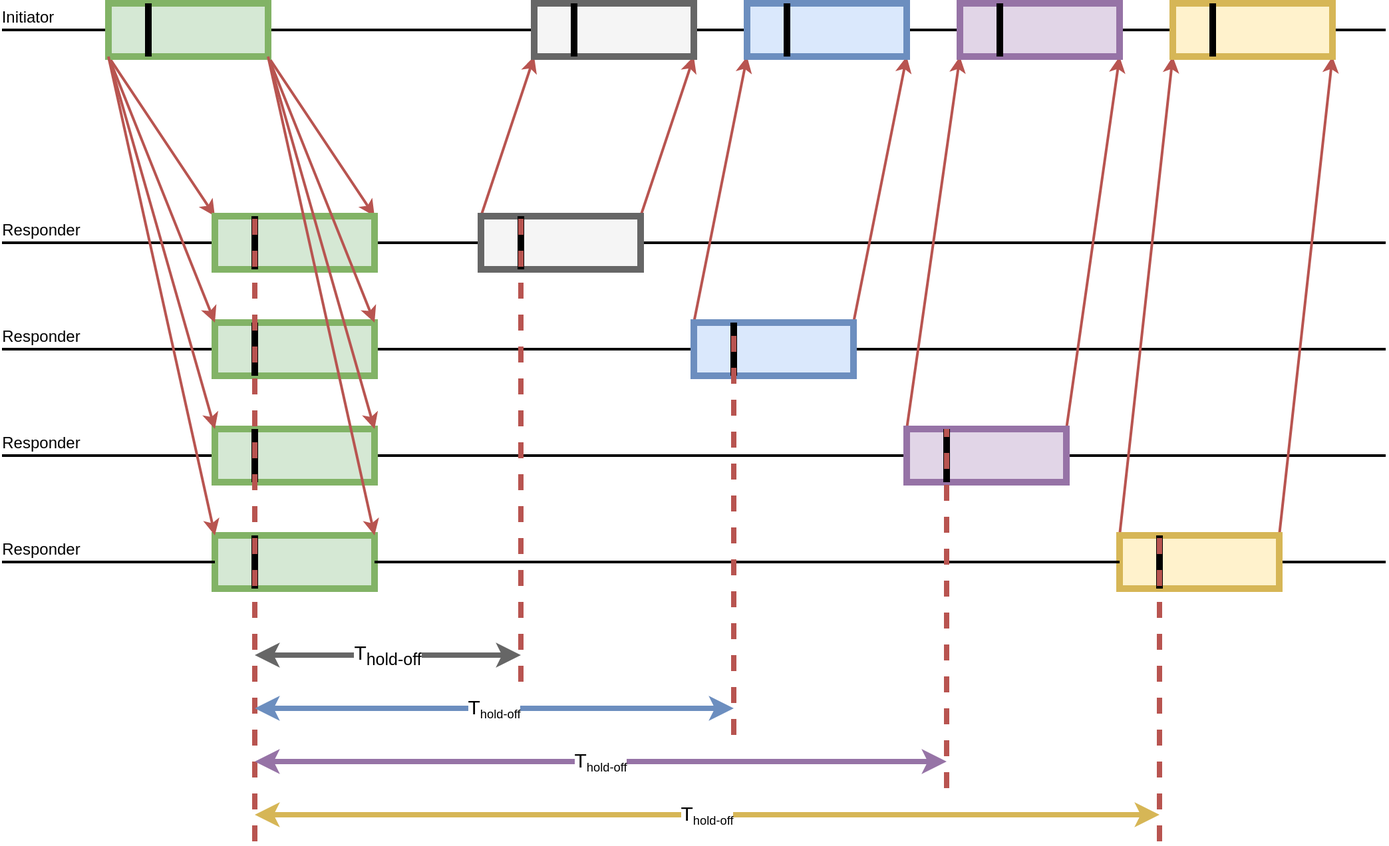
The draw.io diagram reports/03_firmware/img/single_sided_two_way_nranging.png in tuannv-github/uwb-ips, before a commit. Source tidied: cells renumbered, new cells last; positions are measured from the earlier drawing's top-left corner, leaving out a move shared by most shapes.
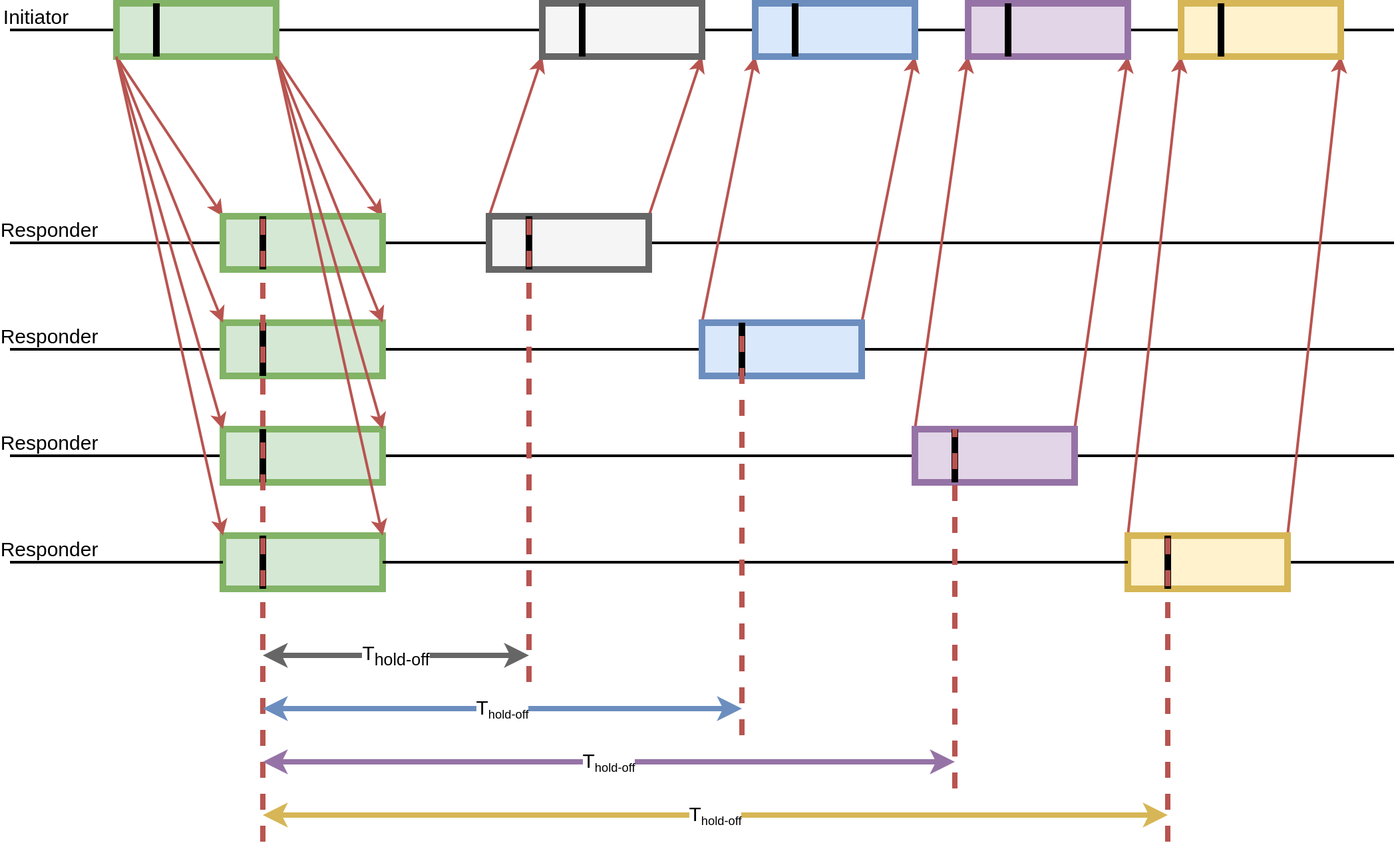
The same diagram one commit later.

Change to the diagram source:
```diff
@@ -207,19 +207,19 @@
     <mxCell id="62" style="endArrow=none;html=1;exitX=0.25;exitY=0;exitDx=0;exitDy=0;entryX=0.25;entryY=1;entryDx=0;entryDy=0;strokeWidth=5;" parent="1" edge="1" source="61" target="61">
       <mxGeometry relative="1" as="geometry" />
     </mxCell>
-    <mxCell id="63" value="Responder" style="text;html=1;strokeColor=none;fillColor=none;align=center;verticalAlign=middle;whiteSpace=wrap;rounded=0;" parent="1" vertex="1">
+    <mxCell id="63" value="&lt;font style=&quot;font-size: 15px&quot;&gt;Responder&lt;/font&gt;" style="text;html=1;strokeColor=none;fillColor=none;align=center;verticalAlign=middle;whiteSpace=wrap;rounded=0;" parent="1" vertex="1">
       <mxGeometry x="10" y="160" width="40" height="20" as="geometry" />
     </mxCell>
-    <mxCell id="64" value="Responder" style="text;html=1;strokeColor=none;fillColor=none;align=center;verticalAlign=middle;whiteSpace=wrap;rounded=0;" parent="1" vertex="1">
+    <mxCell id="64" value="&lt;font style=&quot;font-size: 15px&quot;&gt;Responder&lt;/font&gt;" style="text;html=1;strokeColor=none;fillColor=none;align=center;verticalAlign=middle;whiteSpace=wrap;rounded=0;" parent="1" vertex="1">
       <mxGeometry x="10" y="240" width="40" height="20" as="geometry" />
     </mxCell>
-    <mxCell id="65" value="Responder" style="text;html=1;strokeColor=none;fillColor=none;align=center;verticalAlign=middle;whiteSpace=wrap;rounded=0;" parent="1" vertex="1">
+    <mxCell id="65" value="&lt;font style=&quot;font-size: 15px&quot;&gt;Responder&lt;/font&gt;" style="text;html=1;strokeColor=none;fillColor=none;align=center;verticalAlign=middle;whiteSpace=wrap;rounded=0;" parent="1" vertex="1">
       <mxGeometry x="10" y="320" width="40" height="20" as="geometry" />
     </mxCell>
-    <mxCell id="66" value="Responder" style="text;html=1;strokeColor=none;fillColor=none;align=center;verticalAlign=middle;whiteSpace=wrap;rounded=0;" parent="1" vertex="1">
+    <mxCell id="66" value="&lt;font style=&quot;font-size: 15px&quot;&gt;Responder&lt;/font&gt;" style="text;html=1;strokeColor=none;fillColor=none;align=center;verticalAlign=middle;whiteSpace=wrap;rounded=0;" parent="1" vertex="1">
       <mxGeometry x="10" y="400" width="40" height="20" as="geometry" />
     </mxCell>
-    <mxCell id="67" value="Initiator" style="text;html=1;strokeColor=none;fillColor=none;align=center;verticalAlign=middle;whiteSpace=wrap;rounded=0;" parent="1" vertex="1">
+    <mxCell id="67" value="&lt;font style=&quot;font-size: 15px&quot;&gt;Initiator&lt;/font&gt;" style="text;html=1;strokeColor=none;fillColor=none;align=center;verticalAlign=middle;whiteSpace=wrap;rounded=0;" parent="1" vertex="1">
       <mxGeometry width="40" height="20" as="geometry" />
     </mxCell>
     <mxCell id="68" style="endArrow=none;dashed=1;html=1;strokeWidth=4;entryX=0.25;entryY=0;entryDx=0;entryDy=0;fillColor=#f8cecc;strokeColor=#b85450;" parent="1" edge="1" target="29">
```
